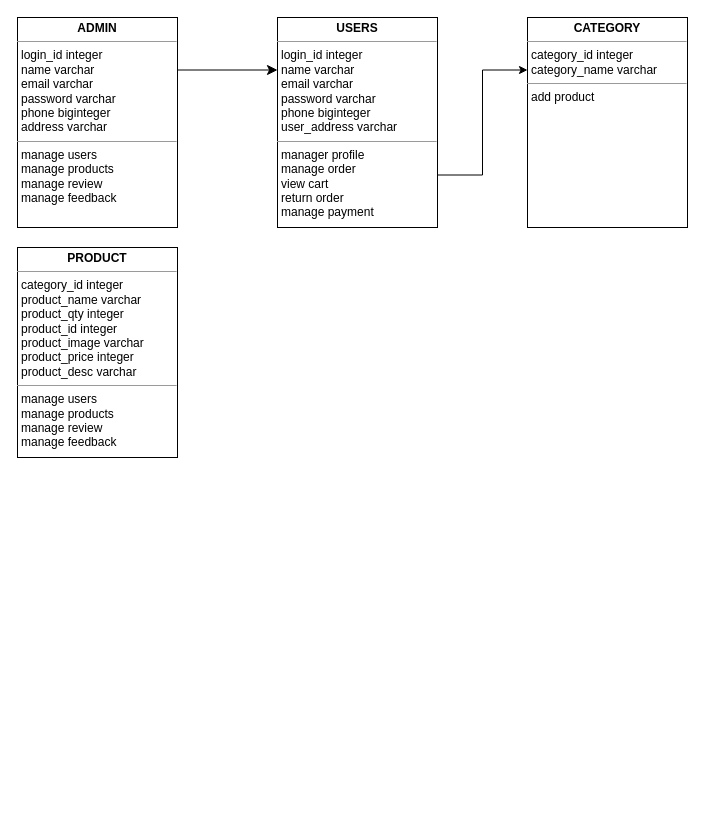
panchalbhavya2210/gift_documentation keeps this draw.io diagram as page "Database diagram" (5 of 5) of Usecase userside.drawio. Above is the earlier version. Source tidied: cells renumbered, new cells numbered last; positions are measured from the earlier drawing's top-left corner, leaving out a move shared by most shapes. Both pictures are drawn from the tidied source at 100%, with x=0, y=0 at pixel (17, 17).
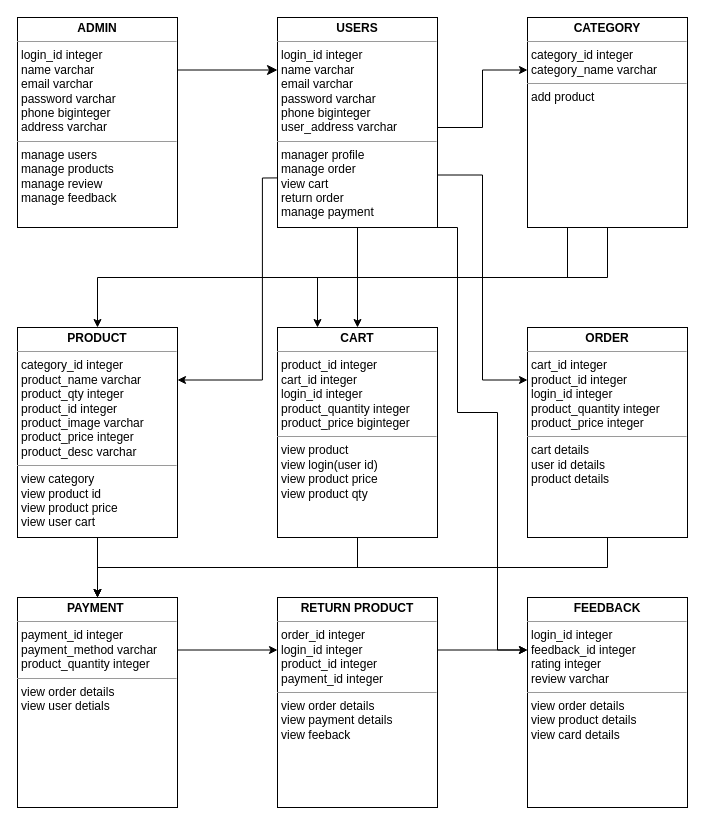
The same diagram, later.

The change refers to these unchanged cells:
```xml
<mxCell id="5" value="&lt;p style=&quot;margin:0px;margin-top:4px;text-align:center;&quot;&gt;&lt;b&gt;USERS&lt;/b&gt;&lt;/p&gt;&lt;hr size=&quot;1&quot;&gt;&lt;p style=&quot;margin:0px;margin-left:4px;&quot;&gt;login_id integer&lt;/p&gt;&lt;p style=&quot;margin:0px;margin-left:4px;&quot;&gt;name varchar&lt;/p&gt;&lt;p style=&quot;margin:0px;margin-left:4px;&quot;&gt;email varchar&lt;/p&gt;&lt;p style=&quot;margin:0px;margin-left:4px;&quot;&gt;password varchar&lt;/p&gt;&lt;p style=&quot;margin:0px;margin-left:4px;&quot;&gt;phone biginteger&lt;/p&gt;&lt;p style=&quot;margin:0px;margin-left:4px;&quot;&gt;user_address varchar&lt;/p&gt;&lt;hr size=&quot;1&quot;&gt;&lt;p style=&quot;margin:0px;margin-left:4px;&quot;&gt;manager profile&lt;/p&gt;&lt;p style=&quot;margin:0px;margin-left:4px;&quot;&gt;manage order&lt;/p&gt;&lt;p style=&quot;margin:0px;margin-left:4px;&quot;&gt;view cart&lt;/p&gt;&lt;p style=&quot;margin:0px;margin-left:4px;&quot;&gt;return order&lt;/p&gt;&lt;p style=&quot;margin:0px;margin-left:4px;&quot;&gt;manage payment&lt;/p&gt;" style="verticalAlign=top;align=left;overflow=fill;fontSize=12;fontFamily=Helvetica;html=1;whiteSpace=wrap;" parent="1" vertex="1">
  <mxGeometry x="260" width="160" height="210" as="geometry" />
</mxCell>
<mxCell id="6" value="&lt;p style=&quot;margin:0px;margin-top:4px;text-align:center;&quot;&gt;&lt;b&gt;CATEGORY&lt;/b&gt;&lt;/p&gt;&lt;hr size=&quot;1&quot;&gt;&lt;p style=&quot;margin:0px;margin-left:4px;&quot;&gt;category_id integer&lt;/p&gt;&lt;p style=&quot;margin:0px;margin-left:4px;&quot;&gt;category_name varchar&lt;/p&gt;&lt;hr size=&quot;1&quot;&gt;&lt;p style=&quot;margin:0px;margin-left:4px;&quot;&gt;add product&lt;/p&gt;&lt;p style=&quot;margin:0px;margin-left:4px;&quot;&gt;&lt;br&gt;&lt;/p&gt;" style="verticalAlign=top;align=left;overflow=fill;fontSize=12;fontFamily=Helvetica;html=1;whiteSpace=wrap;" parent="1" vertex="1">
  <mxGeometry x="510" width="160" height="210" as="geometry" />
</mxCell>
```

What changed in the source:
```diff
@@
     <mxCell id="4" style="edgeStyle=orthogonalEdgeStyle;rounded=0;jettySize=auto;html=1;exitX=1;exitY=0.75;exitDx=0;exitDy=0;entryX=0;entryY=0.25;entryDx=0;entryDy=0;" parent="1" edge="1" source="5" target="6">
-      <mxGeometry relative="1" as="geometry" />
+      <mxGeometry relative="1" as="geometry">
+        <Array as="points">
+          <mxPoint x="420" y="110" />
+          <mxPoint x="465" y="110" />
+          <mxPoint x="465" y="53" />
+        </Array>
+      </mxGeometry>
     </mxCell>
+    <mxCell id="8" style="edgeStyle=orthogonalEdgeStyle;rounded=0;jettySize=auto;html=1;exitX=0.5;exitY=1;exitDx=0;exitDy=0;entryX=0.5;entryY=0;entryDx=0;entryDy=0;jumpStyle=gap;" parent="1" edge="1" source="5" target="17">
+      <mxGeometry relative="1" as="geometry" />
+    </mxCell>
+    <mxCell id="9" style="edgeStyle=orthogonalEdgeStyle;rounded=0;jettySize=auto;html=1;exitX=0;exitY=0.75;exitDx=0;exitDy=0;entryX=1;entryY=0.25;entryDx=0;entryDy=0;" parent="1" edge="1" target="15">
+      <mxGeometry relative="1" as="geometry">
+        <mxPoint x="329.7" y="160" as="sourcePoint" />
+      </mxGeometry>
+    </mxCell>
+    <mxCell id="10" style="edgeStyle=orthogonalEdgeStyle;rounded=0;jettySize=auto;html=1;exitX=1;exitY=0.75;exitDx=0;exitDy=0;entryX=0;entryY=0.25;entryDx=0;entryDy=0;" parent="1" edge="1" source="5" target="19">
+      <mxGeometry relative="1" as="geometry" />
+    </mxCell>
+    <mxCell id="11" style="edgeStyle=orthogonalEdgeStyle;rounded=0;jettySize=auto;html=1;exitX=0.75;exitY=1;exitDx=0;exitDy=0;entryX=0;entryY=0.25;entryDx=0;entryDy=0;" parent="1" edge="1" source="5" target="24">
+      <mxGeometry relative="1" as="geometry">
+        <Array as="points">
+          <mxPoint x="440" y="210" />
+          <mxPoint x="440" y="395" />
+          <mxPoint x="480" y="395" />
+          <mxPoint x="480" y="633" />
+        </Array>
+      </mxGeometry>
+    </mxCell>
@@
+    <mxCell id="12" style="edgeStyle=orthogonalEdgeStyle;rounded=0;jettySize=auto;html=1;exitX=0.5;exitY=1;exitDx=0;exitDy=0;jumpStyle=none;" parent="1" edge="1" source="6" target="15">
+      <mxGeometry relative="1" as="geometry" />
+    </mxCell>
+    <mxCell id="13" style="edgeStyle=orthogonalEdgeStyle;rounded=0;jettySize=auto;html=1;exitX=0.25;exitY=1;exitDx=0;exitDy=0;entryX=0.25;entryY=0;entryDx=0;entryDy=0;" parent="1" edge="1" source="6" target="17">
+      <mxGeometry relative="1" as="geometry" />
+    </mxCell>
@@
-    <mxCell id="7" value="&lt;p style=&quot;margin:0px;margin-top:4px;text-align:center;&quot;&gt;&lt;b&gt;PRODUCT&lt;/b&gt;&lt;/p&gt;&lt;hr size=&quot;1&quot;&gt;&lt;p style=&quot;margin:0px;margin-left:4px;&quot;&gt;category_id integer&lt;/p&gt;&lt;p style=&quot;margin:0px;margin-left:4px;&quot;&gt;product_name varchar&lt;/p&gt;&lt;p style=&quot;margin:0px;margin-left:4px;&quot;&gt;product_qty integer&lt;/p&gt;&lt;p style=&quot;margin:0px;margin-left:4px;&quot;&gt;product_id integer&lt;/p&gt;&lt;p style=&quot;margin:0px;margin-left:4px;&quot;&gt;product_image varchar&lt;/p&gt;&lt;p style=&quot;margin:0px;margin-left:4px;&quot;&gt;product_price integer&lt;/p&gt;&lt;p style=&quot;margin:0px;margin-left:4px;&quot;&gt;product_desc varchar&lt;/p&gt;&lt;hr size=&quot;1&quot;&gt;&lt;p style=&quot;margin:0px;margin-left:4px;&quot;&gt;manage users&lt;/p&gt;&lt;p style=&quot;margin:0px;margin-left:4px;&quot;&gt;manage products&lt;/p&gt;&lt;p style=&quot;margin:0px;margin-left:4px;&quot;&gt;manage review&lt;/p&gt;&lt;p style=&quot;margin:0px;margin-left:4px;&quot;&gt;manage feedback&lt;/p&gt;" style="verticalAlign=top;align=left;overflow=fill;fontSize=12;fontFamily=Helvetica;html=1;whiteSpace=wrap;" parent="1" vertex="1">
-      <mxGeometry y="230" width="160" height="210" as="geometry" />
-    </mxCell>
+    <mxCell id="14" style="edgeStyle=orthogonalEdgeStyle;rounded=0;jettySize=auto;html=1;exitX=0.5;exitY=1;exitDx=0;exitDy=0;entryX=0.5;entryY=0;entryDx=0;entryDy=0;" parent="1" edge="1" source="15" target="23">
+      <mxGeometry relative="1" as="geometry" />
+    </mxCell>
+    <mxCell id="15" value="&lt;p style=&quot;margin:0px;margin-top:4px;text-align:center;&quot;&gt;&lt;b&gt;PRODUCT&lt;/b&gt;&lt;/p&gt;&lt;hr size=&quot;1&quot;&gt;&lt;p style=&quot;margin:0px;margin-left:4px;&quot;&gt;category_id integer&lt;/p&gt;&lt;p style=&quot;margin:0px;margin-left:4px;&quot;&gt;product_name varchar&lt;/p&gt;&lt;p style=&quot;margin:0px;margin-left:4px;&quot;&gt;product_qty integer&lt;/p&gt;&lt;p style=&quot;margin:0px;margin-left:4px;&quot;&gt;product_id integer&lt;/p&gt;&lt;p style=&quot;margin:0px;margin-left:4px;&quot;&gt;product_image varchar&lt;/p&gt;&lt;p style=&quot;margin:0px;margin-left:4px;&quot;&gt;product_price integer&lt;/p&gt;&lt;p style=&quot;margin:0px;margin-left:4px;&quot;&gt;product_desc varchar&lt;/p&gt;&lt;hr size=&quot;1&quot;&gt;&lt;p style=&quot;margin:0px;margin-left:4px;&quot;&gt;view category&lt;/p&gt;&lt;p style=&quot;margin:0px;margin-left:4px;&quot;&gt;view product id&lt;/p&gt;&lt;p style=&quot;margin:0px;margin-left:4px;&quot;&gt;view product price&lt;/p&gt;&lt;p style=&quot;margin:0px;margin-left:4px;&quot;&gt;view user cart&lt;/p&gt;" style="verticalAlign=top;align=left;overflow=fill;fontSize=12;fontFamily=Helvetica;html=1;whiteSpace=wrap;" parent="1" vertex="1">
+      <mxGeometry y="310" width="160" height="210" as="geometry" />
+    </mxCell>
+    <mxCell id="16" style="edgeStyle=orthogonalEdgeStyle;rounded=0;jettySize=auto;html=1;exitX=0.5;exitY=1;exitDx=0;exitDy=0;entryX=0.5;entryY=0;entryDx=0;entryDy=0;" parent="1" edge="1" source="17" target="23">
+      <mxGeometry relative="1" as="geometry" />
+    </mxCell>
+    <mxCell id="17" value="&lt;p style=&quot;margin:0px;margin-top:4px;text-align:center;&quot;&gt;&lt;b&gt;CART&lt;/b&gt;&lt;/p&gt;&lt;hr size=&quot;1&quot;&gt;&lt;p style=&quot;margin:0px;margin-left:4px;&quot;&gt;product_id integer&lt;/p&gt;&lt;p style=&quot;margin:0px;margin-left:4px;&quot;&gt;cart_id integer&lt;/p&gt;&lt;p style=&quot;margin:0px;margin-left:4px;&quot;&gt;login_id integer&lt;/p&gt;&lt;p style=&quot;margin:0px;margin-left:4px;&quot;&gt;product_quantity integer&lt;/p&gt;&lt;p style=&quot;margin:0px;margin-left:4px;&quot;&gt;product_price biginteger&lt;/p&gt;&lt;hr size=&quot;1&quot;&gt;&lt;p style=&quot;margin:0px;margin-left:4px;&quot;&gt;view product&lt;/p&gt;&lt;p style=&quot;margin:0px;margin-left:4px;&quot;&gt;view login(user id)&lt;/p&gt;&lt;p style=&quot;margin:0px;margin-left:4px;&quot;&gt;view product price&lt;/p&gt;&lt;p style=&quot;margin:0px;margin-left:4px;&quot;&gt;view product qty&lt;/p&gt;" style="verticalAlign=top;align=left;overflow=fill;fontSize=12;fontFamily=Helvetica;html=1;whiteSpace=wrap;" parent="1" vertex="1">
+      <mxGeometry x="260" y="310" width="160" height="210" as="geometry" />
+    </mxCell>
+    <mxCell id="18" style="edgeStyle=orthogonalEdgeStyle;rounded=0;jettySize=auto;html=1;exitX=0.5;exitY=1;exitDx=0;exitDy=0;entryX=0.5;entryY=0;entryDx=0;entryDy=0;" parent="1" edge="1" source="19" target="23">
+      <mxGeometry relative="1" as="geometry" />
+    </mxCell>
+    <mxCell id="19" value="&lt;p style=&quot;margin:0px;margin-top:4px;text-align:center;&quot;&gt;&lt;b&gt;ORDER&lt;/b&gt;&lt;/p&gt;&lt;hr size=&quot;1&quot;&gt;&lt;p style=&quot;margin:0px;margin-left:4px;&quot;&gt;cart_id integer&lt;/p&gt;&lt;p style=&quot;margin:0px;margin-left:4px;&quot;&gt;product_id integer&lt;/p&gt;&lt;p style=&quot;margin:0px;margin-left:4px;&quot;&gt;login_id integer&lt;/p&gt;&lt;p style=&quot;margin:0px;margin-left:4px;&quot;&gt;product_quantity integer&lt;/p&gt;&lt;p style=&quot;margin:0px;margin-left:4px;&quot;&gt;product_price integer&lt;/p&gt;&lt;hr size=&quot;1&quot;&gt;&lt;p style=&quot;margin:0px;margin-left:4px;&quot;&gt;cart details&lt;/p&gt;&lt;p style=&quot;margin:0px;margin-left:4px;&quot;&gt;user id details&amp;nbsp;&lt;/p&gt;&lt;p style=&quot;margin:0px;margin-left:4px;&quot;&gt;product details&lt;/p&gt;" style="verticalAlign=top;align=left;overflow=fill;fontSize=12;fontFamily=Helvetica;html=1;whiteSpace=wrap;" parent="1" vertex="1">
+      <mxGeometry x="510" y="310" width="160" height="210" as="geometry" />
+    </mxCell>
+    <mxCell id="20" style="edgeStyle=orthogonalEdgeStyle;rounded=0;jettySize=auto;html=1;exitX=1;exitY=0.25;exitDx=0;exitDy=0;entryX=0;entryY=0.25;entryDx=0;entryDy=0;" parent="1" edge="1" source="21" target="24">
+      <mxGeometry relative="1" as="geometry" />
+    </mxCell>
+    <mxCell id="21" value="&lt;p style=&quot;margin:0px;margin-top:4px;text-align:center;&quot;&gt;&lt;b&gt;RETURN PRODUCT&lt;/b&gt;&lt;/p&gt;&lt;hr size=&quot;1&quot;&gt;&lt;p style=&quot;margin:0px;margin-left:4px;&quot;&gt;order_id integer&lt;/p&gt;&lt;p style=&quot;margin:0px;margin-left:4px;&quot;&gt;login_id integer&lt;/p&gt;&lt;p style=&quot;margin:0px;margin-left:4px;&quot;&gt;product_id integer&lt;/p&gt;&lt;p style=&quot;margin:0px;margin-left:4px;&quot;&gt;payment_id integer&lt;/p&gt;&lt;hr size=&quot;1&quot;&gt;&lt;p style=&quot;margin:0px;margin-left:4px;&quot;&gt;view order details&lt;/p&gt;&lt;p style=&quot;margin:0px;margin-left:4px;&quot;&gt;view payment details&lt;/p&gt;&lt;p style=&quot;margin:0px;margin-left:4px;&quot;&gt;view feeback&lt;/p&gt;" style="verticalAlign=top;align=left;overflow=fill;fontSize=12;fontFamily=Helvetica;html=1;whiteSpace=wrap;" parent="1" vertex="1">
+      <mxGeometry x="260" y="580" width="160" height="210" as="geometry" />
+    </mxCell>
+    <mxCell id="22" style="edgeStyle=orthogonalEdgeStyle;rounded=0;jettySize=auto;html=1;exitX=1;exitY=0.25;exitDx=0;exitDy=0;entryX=0;entryY=0.25;entryDx=0;entryDy=0;" parent="1" edge="1" source="23" target="21">
+      <mxGeometry relative="1" as="geometry" />
+    </mxCell>
+    <mxCell id="23" value="&lt;p style=&quot;margin:0px;margin-top:4px;text-align:center;&quot;&gt;&lt;b&gt;PAYMENT&amp;nbsp;&lt;/b&gt;&lt;/p&gt;&lt;hr size=&quot;1&quot;&gt;&lt;p style=&quot;margin:0px;margin-left:4px;&quot;&gt;payment_id integer&lt;/p&gt;&lt;p style=&quot;margin:0px;margin-left:4px;&quot;&gt;payment_method varchar&lt;/p&gt;&lt;p style=&quot;margin:0px;margin-left:4px;&quot;&gt;product_quantity integer&lt;/p&gt;&lt;hr size=&quot;1&quot;&gt;&lt;p style=&quot;margin:0px;margin-left:4px;&quot;&gt;view order details&lt;/p&gt;&lt;p style=&quot;margin:0px;margin-left:4px;&quot;&gt;view user detials&lt;/p&gt;&lt;p style=&quot;margin:0px;margin-left:4px;&quot;&gt;&lt;br&gt;&lt;/p&gt;" style="verticalAlign=top;align=left;overflow=fill;fontSize=12;fontFamily=Helvetica;html=1;whiteSpace=wrap;" parent="1" vertex="1">
+      <mxGeometry y="580" width="160" height="210" as="geometry" />
+    </mxCell>
+    <mxCell id="24" value="&lt;p style=&quot;margin:0px;margin-top:4px;text-align:center;&quot;&gt;&lt;b&gt;FEEDBACK&lt;/b&gt;&lt;/p&gt;&lt;hr size=&quot;1&quot;&gt;&lt;p style=&quot;margin:0px;margin-left:4px;&quot;&gt;login_id integer&lt;/p&gt;&lt;p style=&quot;margin:0px;margin-left:4px;&quot;&gt;feedback_id integer&lt;/p&gt;&lt;p style=&quot;margin:0px;margin-left:4px;&quot;&gt;rating integer&lt;/p&gt;&lt;p style=&quot;margin:0px;margin-left:4px;&quot;&gt;review varchar&lt;/p&gt;&lt;hr size=&quot;1&quot;&gt;&lt;p style=&quot;margin:0px;margin-left:4px;&quot;&gt;view order details&lt;/p&gt;&lt;p style=&quot;margin:0px;margin-left:4px;&quot;&gt;view product details&lt;/p&gt;&lt;p style=&quot;margin:0px;margin-left:4px;&quot;&gt;view card details&lt;/p&gt;&lt;p style=&quot;margin:0px;margin-left:4px;&quot;&gt;&lt;br&gt;&lt;/p&gt;" style="verticalAlign=top;align=left;overflow=fill;fontSize=12;fontFamily=Helvetica;html=1;whiteSpace=wrap;" parent="1" vertex="1">
+      <mxGeometry x="510" y="580" width="160" height="210" as="geometry" />
+    </mxCell>
```
